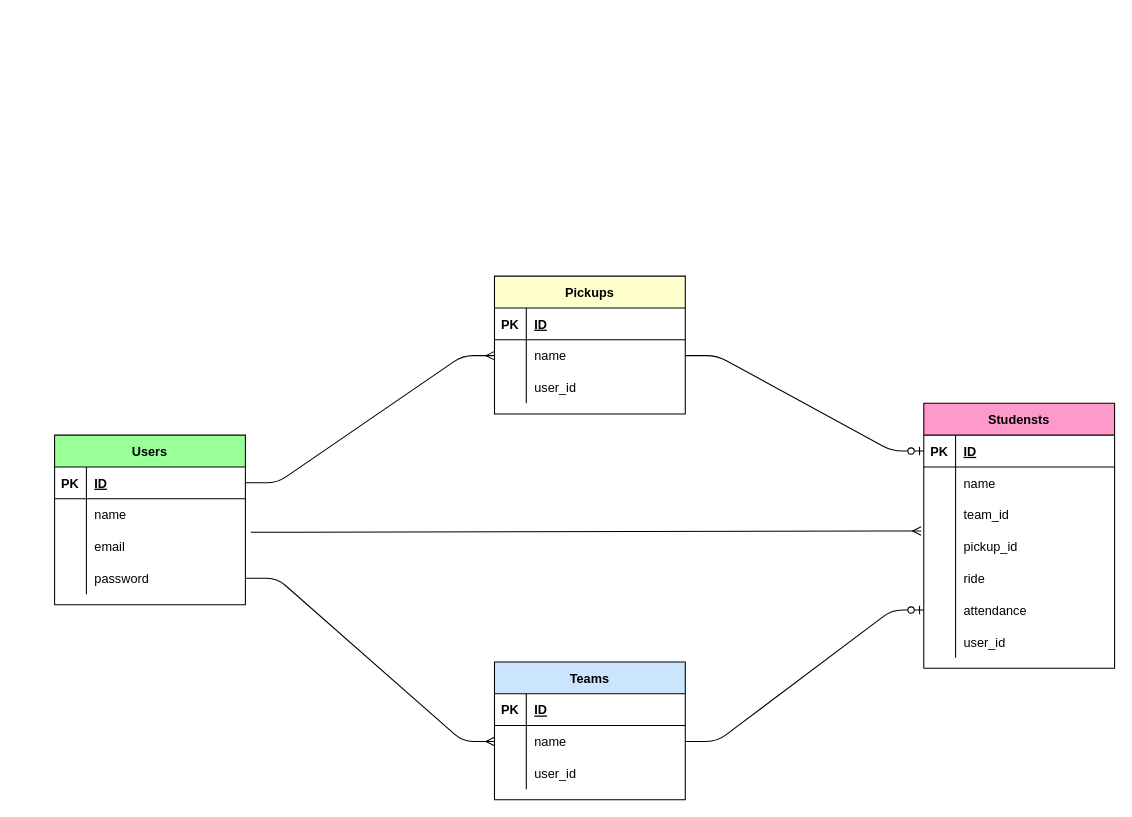
The draw.io diagram table_design.dio in rrr-ryu/wasurena, before the edit. Source tidied: cells renumbered, new cells numbered last; positions are measured from the earlier drawing's top-left corner, leaving out a move shared by most shapes. Both pictures are drawn from the tidied source at 106%, with x=0, y=0 at pixel (54, 276).
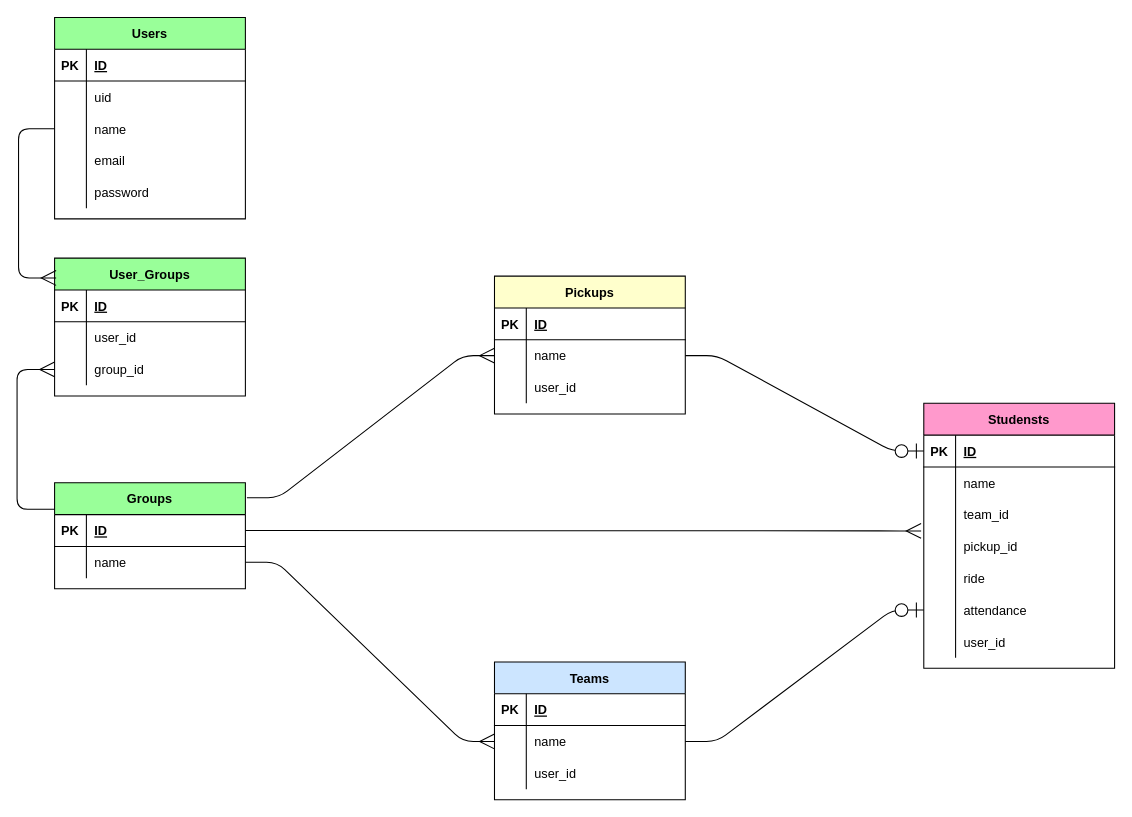
After the change.

Commit message:
データベース設計図修正

The change refers to these unchanged cells:
```xml
<mxCell id="3" style="shape=partialRectangle;fillColor=none;top=0;left=0;bottom=1;right=0;points=[[0,0.5],[1,0.5]];portConstraint=eastwest;fontColor=#000000;labelBorderColor=none;strokeColor=#000000;" parent="2" vertex="1">
  <mxGeometry y="30" width="180" height="30" as="geometry" />
</mxCell>
<mxCell id="16" style="shape=partialRectangle;fillColor=none;top=0;left=0;bottom=1;right=0;points=[[0,0.5],[1,0.5]];portConstraint=eastwest;fontColor=#000000;labelBorderColor=none;strokeColor=#000000;" parent="15" vertex="1">
  <mxGeometry y="30" width="180" height="30" as="geometry" />
</mxCell>
<mxCell id="25" style="shape=partialRectangle;fillColor=none;top=0;left=0;bottom=0;right=0;points=[[0,0.5],[1,0.5]];portConstraint=eastwest;fontColor=#000000;labelBorderColor=none;strokeColor=#000000;" parent="15" vertex="1">
  <mxGeometry y="120" width="180" height="30" as="geometry" />
</mxCell>
<mxCell id="31" style="shape=partialRectangle;fillColor=none;top=0;left=0;bottom=0;right=0;points=[[0,0.5],[1,0.5]];portConstraint=eastwest;fontColor=#000000;labelBorderColor=none;strokeColor=#000000;" parent="15" vertex="1">
  <mxGeometry y="180" width="180" height="30" as="geometry" />
</mxCell>
<mxCell id="41" style="shape=partialRectangle;fillColor=none;top=0;left=0;bottom=0;right=0;points=[[0,0.5],[1,0.5]];portConstraint=eastwest;fontColor=#000000;labelBorderColor=none;strokeColor=#000000;" parent="37" vertex="1">
  <mxGeometry y="60" width="180" height="30" as="geometry" />
</mxCell>
<mxCell id="51" style="shape=partialRectangle;fillColor=none;top=0;left=0;bottom=0;right=0;points=[[0,0.5],[1,0.5]];portConstraint=eastwest;fontColor=#000000;labelBorderColor=none;strokeColor=#000000;" parent="47" vertex="1">
  <mxGeometry y="60" width="180" height="30" as="geometry" />
</mxCell>
```

The edit, as a diff of the source:
```diff
@@
     <mxCell id="2" value="Users" style="shape=table;startSize=30;childLayout=tableLayout;rowLines=0;fontStyle=1;align=center;labelBackgroundColor=none;fillColor=#99FF99;fontColor=#000000;labelBorderColor=none;strokeColor=#000000;" parent="1" vertex="1">
-      <mxGeometry y="150" width="180" height="160" as="geometry" />
+      <mxGeometry y="-244" width="180" height="190" as="geometry" />
     </mxCell>
@@
+    <mxCell id="62" style="shape=partialRectangle;fillColor=none;top=0;left=0;bottom=0;right=0;fontColor=#000000;labelBorderColor=none;strokeColor=#000000;" parent="2" vertex="1">
+      <mxGeometry y="60" width="180" height="30" as="geometry" />
+    </mxCell>
+    <mxCell id="63" style="shape=partialRectangle;fillColor=none;top=0;left=0;bottom=0;right=0;overflow=hidden;fontColor=#000000;labelBorderColor=none;strokeColor=#000000;" parent="62" vertex="1">
+      <mxGeometry width="30" height="30" as="geometry" />
+    </mxCell>
+    <mxCell id="64" value="uid" style="shape=partialRectangle;fillColor=none;top=0;left=0;bottom=0;right=0;align=left;spacingLeft=6;overflow=hidden;fontColor=#000000;labelBorderColor=none;strokeColor=#000000;" parent="62" vertex="1">
+      <mxGeometry x="30" width="150" height="30" as="geometry" />
+    </mxCell>
     <mxCell id="6" style="shape=partialRectangle;fillColor=none;top=0;left=0;bottom=0;right=0;points=[[0,0.5],[1,0.5]];portConstraint=eastwest;fontColor=#000000;labelBorderColor=none;strokeColor=#000000;" parent="2" vertex="1">
-      <mxGeometry y="60" width="180" height="30" as="geometry" />
+      <mxGeometry y="90" width="180" height="30" as="geometry" />
     </mxCell>
@@
     <mxCell id="9" style="shape=partialRectangle;fillColor=none;top=0;left=0;bottom=0;right=0;points=[[0,0.5],[1,0.5]];portConstraint=eastwest;fontColor=#000000;labelBorderColor=none;strokeColor=#000000;" parent="2" vertex="1">
-      <mxGeometry y="90" width="180" height="30" as="geometry" />
+      <mxGeometry y="120" width="180" height="30" as="geometry" />
     </mxCell>
@@
     <mxCell id="12" style="shape=partialRectangle;fillColor=none;top=0;left=0;bottom=0;right=0;points=[[0,0.5],[1,0.5]];portConstraint=eastwest;fontColor=#000000;labelBorderColor=none;strokeColor=#000000;" parent="2" vertex="1">
-      <mxGeometry y="120" width="180" height="30" as="geometry" />
+      <mxGeometry y="150" width="180" height="30" as="geometry" />
     </mxCell>
@@
-    <mxCell id="57" style="edgeStyle=entityRelationEdgeStyle;fontSize=12;html=1;endArrow=ERmany;exitX=1;exitY=0.5;exitDx=0;exitDy=0;entryX=0;entryY=0.5;entryDx=0;entryDy=0;endFill=0;fontColor=#000000;labelBorderColor=none;strokeColor=#000000;" parent="1" edge="1" source="3" target="41">
+    <mxCell id="57" style="edgeStyle=entityRelationEdgeStyle;fontSize=12;html=1;endArrow=ERmany;exitX=1.008;exitY=0.14;exitDx=0;exitDy=0;entryX=0;entryY=0.5;entryDx=0;entryDy=0;endFill=0;fontColor=#000000;labelBorderColor=none;strokeColor=#000000;exitPerimeter=0;startSize=6;endSize=12;" parent="1" edge="1" source="75" target="41">
       <mxGeometry relative="1" as="geometry" />
     </mxCell>
-    <mxCell id="58" style="edgeStyle=entityRelationEdgeStyle;fontSize=12;html=1;endArrow=ERmany;exitX=1;exitY=0.5;exitDx=0;exitDy=0;entryX=0;entryY=0.5;entryDx=0;entryDy=0;fontColor=#000000;labelBorderColor=none;strokeColor=#000000;" parent="1" edge="1" source="12" target="51">
+    <mxCell id="58" style="edgeStyle=entityRelationEdgeStyle;fontSize=12;html=1;endArrow=ERmany;exitX=1;exitY=0.5;exitDx=0;exitDy=0;entryX=0;entryY=0.5;entryDx=0;entryDy=0;fontColor=#000000;labelBorderColor=none;strokeColor=#000000;endSize=12;" parent="1" edge="1" source="79" target="51">
       <mxGeometry relative="1" as="geometry" />
     </mxCell>
-    <mxCell id="59" style="edgeStyle=entityRelationEdgeStyle;fontSize=12;html=1;endArrow=ERmany;exitX=1.028;exitY=0.054;exitDx=0;exitDy=0;exitPerimeter=0;entryX=-0.014;entryY=0.012;entryDx=0;entryDy=0;entryPerimeter=0;fontColor=#000000;labelBorderColor=none;strokeColor=#000000;" parent="1" edge="1" source="9" target="25">
+    <mxCell id="59" style="edgeStyle=entityRelationEdgeStyle;fontSize=12;html=1;endArrow=ERmany;entryX=-0.014;entryY=0.012;entryDx=0;entryDy=0;entryPerimeter=0;fontColor=#000000;labelBorderColor=none;strokeColor=#000000;exitX=1;exitY=0.5;exitDx=0;exitDy=0;endSize=12;" parent="1" edge="1" source="76" target="25">
       <mxGeometry relative="1" as="geometry" />
     </mxCell>
-    <mxCell id="60" style="edgeStyle=entityRelationEdgeStyle;fontSize=12;html=1;endArrow=ERzeroToOne;endFill=1;rounded=1;exitX=1;exitY=0.5;exitDx=0;exitDy=0;entryX=0;entryY=0.5;entryDx=0;entryDy=0;fontColor=#000000;labelBorderColor=none;strokeColor=#000000;" parent="1" edge="1" source="51" target="31">
+    <mxCell id="60" style="edgeStyle=entityRelationEdgeStyle;fontSize=12;html=1;endArrow=ERzeroToOne;endFill=1;rounded=1;exitX=1;exitY=0.5;exitDx=0;exitDy=0;entryX=0;entryY=0.5;entryDx=0;entryDy=0;fontColor=#000000;labelBorderColor=none;strokeColor=#000000;endSize=12;" parent="1" edge="1" source="51" target="31">
       <mxGeometry relative="1" as="geometry" />
     </mxCell>
-    <mxCell id="61" style="edgeStyle=entityRelationEdgeStyle;fontSize=12;html=1;endArrow=ERzeroToOne;endFill=1;rounded=1;entryX=0;entryY=0.5;entryDx=0;entryDy=0;exitX=1;exitY=0.5;exitDx=0;exitDy=0;fontColor=#000000;labelBorderColor=none;strokeColor=#000000;" parent="1" edge="1" source="41" target="16">
+    <mxCell id="61" style="edgeStyle=entityRelationEdgeStyle;fontSize=12;html=1;endArrow=ERzeroToOne;endFill=1;rounded=1;entryX=0;entryY=0.5;entryDx=0;entryDy=0;exitX=1;exitY=0.5;exitDx=0;exitDy=0;fontColor=#000000;labelBorderColor=none;strokeColor=#000000;endSize=12;" parent="1" edge="1" source="41" target="16">
       <mxGeometry relative="1" as="geometry" />
     </mxCell>
+    <mxCell id="65" value="User_Groups" style="shape=table;startSize=30;childLayout=tableLayout;rowLines=0;fontStyle=1;align=center;labelBackgroundColor=none;fillColor=#99FF99;fontColor=#000000;labelBorderColor=none;strokeColor=#000000;" parent="1" vertex="1">
+      <mxGeometry y="-17" width="180" height="130" as="geometry" />
+    </mxCell>
+    <mxCell id="66" style="shape=partialRectangle;fillColor=none;top=0;left=0;bottom=1;right=0;fontColor=#000000;labelBorderColor=none;strokeColor=#000000;" parent="65" vertex="1">
+      <mxGeometry y="30" width="180" height="30" as="geometry" />
+    </mxCell>
+    <mxCell id="67" value="PK" style="shape=partialRectangle;fillColor=none;top=0;left=0;bottom=0;right=0;fontStyle=1;overflow=hidden;fontColor=#000000;labelBorderColor=none;strokeColor=#000000;" parent="66" vertex="1">
+      <mxGeometry width="30" height="30" as="geometry" />
+    </mxCell>
+    <mxCell id="68" value="ID" style="shape=partialRectangle;fillColor=none;top=0;left=0;bottom=0;right=0;align=left;spacingLeft=6;fontStyle=5;overflow=hidden;fontColor=#000000;labelBorderColor=none;strokeColor=#000000;" parent="66" vertex="1">
+      <mxGeometry x="30" width="150" height="30" as="geometry" />
+    </mxCell>
+    <mxCell id="69" style="shape=partialRectangle;fillColor=none;top=0;left=0;bottom=0;right=0;fontColor=#000000;labelBorderColor=none;strokeColor=#000000;" parent="65" vertex="1">
+      <mxGeometry y="60" width="180" height="30" as="geometry" />
+    </mxCell>
+    <mxCell id="70" style="shape=partialRectangle;fillColor=none;top=0;left=0;bottom=0;right=0;overflow=hidden;fontColor=#000000;labelBorderColor=none;strokeColor=#000000;" parent="69" vertex="1">
+      <mxGeometry width="30" height="30" as="geometry" />
+    </mxCell>
+    <mxCell id="71" value="user_id" style="shape=partialRectangle;fillColor=none;top=0;left=0;bottom=0;right=0;align=left;spacingLeft=6;overflow=hidden;fontColor=#000000;labelBorderColor=none;strokeColor=#000000;" parent="69" vertex="1">
+      <mxGeometry x="30" width="150" height="30" as="geometry" />
+    </mxCell>
+    <mxCell id="72" style="shape=partialRectangle;fillColor=none;top=0;left=0;bottom=0;right=0;points=[[0,0.5],[1,0.5]];portConstraint=eastwest;fontColor=#000000;labelBorderColor=none;strokeColor=#000000;" parent="65" vertex="1">
+      <mxGeometry y="90" width="180" height="30" as="geometry" />
+    </mxCell>
+    <mxCell id="73" style="shape=partialRectangle;fillColor=none;top=0;left=0;bottom=0;right=0;overflow=hidden;fontColor=#000000;labelBorderColor=none;strokeColor=#000000;" parent="72" vertex="1">
+      <mxGeometry width="30" height="30" as="geometry" />
+    </mxCell>
+    <mxCell id="74" value="group_id" style="shape=partialRectangle;fillColor=none;top=0;left=0;bottom=0;right=0;align=left;spacingLeft=6;overflow=hidden;fontColor=#000000;labelBorderColor=none;strokeColor=#000000;" parent="72" vertex="1">
+      <mxGeometry x="30" width="150" height="30" as="geometry" />
+    </mxCell>
+    <mxCell id="75" value="Groups" style="shape=table;startSize=30;childLayout=tableLayout;rowLines=0;fontStyle=1;align=center;labelBackgroundColor=none;fillColor=#99FF99;fontColor=#000000;labelBorderColor=none;strokeColor=#000000;" parent="1" vertex="1">
+      <mxGeometry y="195" width="180" height="100" as="geometry" />
+    </mxCell>
+    <mxCell id="76" style="shape=partialRectangle;fillColor=none;top=0;left=0;bottom=1;right=0;points=[[0,0.5],[1,0.5]];portConstraint=eastwest;fontColor=#000000;labelBorderColor=none;strokeColor=#000000;" parent="75" vertex="1">
+      <mxGeometry y="30" width="180" height="30" as="geometry" />
+    </mxCell>
+    <mxCell id="77" value="PK" style="shape=partialRectangle;fillColor=none;top=0;left=0;bottom=0;right=0;fontStyle=1;overflow=hidden;fontColor=#000000;labelBorderColor=none;strokeColor=#000000;" parent="76" vertex="1">
+      <mxGeometry width="30" height="30" as="geometry" />
+    </mxCell>
+    <mxCell id="78" value="ID" style="shape=partialRectangle;fillColor=none;top=0;left=0;bottom=0;right=0;align=left;spacingLeft=6;fontStyle=5;overflow=hidden;fontColor=#000000;labelBorderColor=none;strokeColor=#000000;" parent="76" vertex="1">
+      <mxGeometry x="30" width="150" height="30" as="geometry" />
+    </mxCell>
+    <mxCell id="79" style="shape=partialRectangle;fillColor=none;top=0;left=0;bottom=0;right=0;points=[[0,0.5],[1,0.5]];portConstraint=eastwest;fontColor=#000000;labelBorderColor=none;strokeColor=#000000;" parent="75" vertex="1">
+      <mxGeometry y="60" width="180" height="30" as="geometry" />
+    </mxCell>
+    <mxCell id="80" style="shape=partialRectangle;fillColor=none;top=0;left=0;bottom=0;right=0;overflow=hidden;fontColor=#000000;labelBorderColor=none;strokeColor=#000000;" parent="79" vertex="1">
+      <mxGeometry width="30" height="30" as="geometry" />
+    </mxCell>
+    <mxCell id="81" value="name" style="shape=partialRectangle;fillColor=none;top=0;left=0;bottom=0;right=0;align=left;spacingLeft=6;overflow=hidden;fontColor=#000000;labelBorderColor=none;strokeColor=#000000;" parent="79" vertex="1">
+      <mxGeometry x="30" width="150" height="30" as="geometry" />
+    </mxCell>
+    <mxCell id="82" style="fontSize=12;html=1;endArrow=none;entryX=0;entryY=0.5;entryDx=0;entryDy=0;exitX=0.008;exitY=0.144;exitDx=0;exitDy=0;exitPerimeter=0;strokeColor=#000000;edgeStyle=elbowEdgeStyle;startArrow=ERmany;startFill=0;endFill=0;endSize=6;strokeWidth=1;targetPerimeterSpacing=0;startSize=12;" parent="1" edge="1" source="65" target="6">
+      <mxGeometry relative="1" as="geometry">
+        <Array as="points">
+          <mxPoint x="-34" y="42" />
+          <mxPoint x="-34" y="-18" />
+          <mxPoint x="-34" y="-6" />
+          <mxPoint x="-34" y="-64" />
+        </Array>
+      </mxGeometry>
+    </mxCell>
+    <mxCell id="83" style="fontSize=12;html=1;endArrow=ERmany;entryX=0;entryY=0.5;entryDx=0;entryDy=0;exitX=0;exitY=0.25;exitDx=0;exitDy=0;strokeColor=#000000;edgeStyle=elbowEdgeStyle;startArrow=none;startFill=0;endFill=0;endSize=12;strokeWidth=1;targetPerimeterSpacing=0;startSize=6;" parent="1" edge="1" source="75" target="72">
+      <mxGeometry relative="1" as="geometry">
+        <Array as="points">
+          <mxPoint x="-35.4" y="145" />
+        </Array>
+      </mxGeometry>
+    </mxCell>
```
